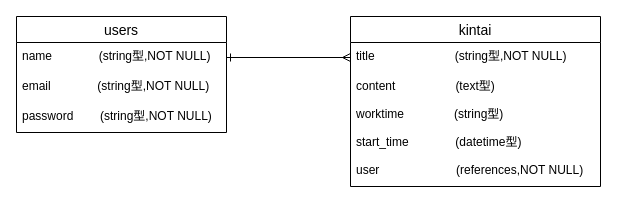
Above: kanrikun.dio in hara-yuto/kanrikun (draw.io), before the change. Source tidied: cells renumbered, new cells numbered last; positions are measured from the earlier drawing's top-left corner, leaving out a move shared by most shapes. Both pictures are drawn from the tidied source at 100%, with x=0, y=0 at pixel (16, 16).
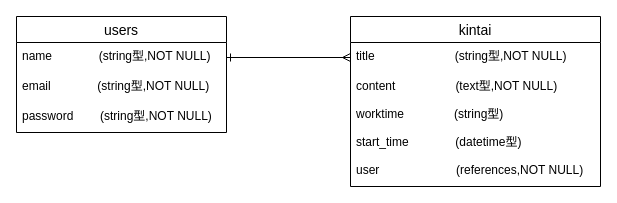
The same diagram, later.

Diff of the diagram source:
```diff
@@
 <mxGraphModel>
   <root>
     <mxCell id="0" />
     <mxCell id="1" parent="0" />
     <mxCell id="2" value="users" style="swimlane;fontStyle=0;horizontal=1;startSize=26;align=center;fontSize=14;" parent="1" vertex="1">
       <mxGeometry width="210" height="116" as="geometry" />
     </mxCell>
     <mxCell id="3" value="name              (string型,NOT NULL)&#10;   " style="text;strokeColor=none;fillColor=none;spacingLeft=4;spacingRight=4;overflow=hidden;points=[[0,0.5],[1,0.5]];portConstraint=eastwest;fontSize=12;" parent="2" vertex="1">
       <mxGeometry y="26" width="210" height="30" as="geometry" />
     </mxCell>
     <mxCell id="4" value="email              (string型,NOT NULL)" style="text;strokeColor=none;fillColor=none;spacingLeft=4;spacingRight=4;overflow=hidden;fontSize=12;" parent="2" vertex="1">
       <mxGeometry y="56" width="210" height="30" as="geometry" />
     </mxCell>
     <mxCell id="5" value="password        (string型,NOT NULL)" style="text;strokeColor=none;fillColor=none;spacingLeft=4;spacingRight=4;overflow=hidden;fontSize=12;" parent="2" vertex="1">
       <mxGeometry y="86" width="210" height="30" as="geometry" />
     </mxCell>
     <mxCell id="6" value="kintai" style="swimlane;fontStyle=0;horizontal=1;startSize=26;align=center;fontSize=14;" parent="1" vertex="1">
       <mxGeometry x="334" width="250" height="170" as="geometry" />
     </mxCell>
     <mxCell id="7" value="title                        (string型,NOT NULL)" style="text;strokeColor=none;fillColor=none;spacingLeft=4;spacingRight=4;overflow=hidden;points=[[0,0.5],[1,0.5]];portConstraint=eastwest;fontSize=12;" parent="6" vertex="1">
       <mxGeometry y="26" width="250" height="30" as="geometry" />
     </mxCell>
-    <mxCell id="8" value="content                  (text型)&#10;&#10;worktime               (string型)&#10;&#10;start_time              (datetime型)&#10;&#10;user                       (references,NOT NULL)&#10;" style="text;strokeColor=none;fillColor=none;spacingLeft=4;spacingRight=4;overflow=hidden;fontSize=12;" parent="6" vertex="1">
+    <mxCell id="8" value="content                  (text型,NOT NULL)&#10;&#10;worktime               (string型)&#10;&#10;start_time              (datetime型)&#10;&#10;user                       (references,NOT NULL)&#10;" style="text;strokeColor=none;fillColor=none;spacingLeft=4;spacingRight=4;overflow=hidden;fontSize=12;" parent="6" vertex="1">
       <mxGeometry y="56" width="250" height="114" as="geometry" />
     </mxCell>
     <mxCell id="9" style="edgeStyle=orthogonalEdgeStyle;rounded=0;jettySize=auto;html=1;exitX=1;exitY=0.5;exitDx=0;exitDy=0;entryX=0;entryY=0.5;entryDx=0;entryDy=0;endArrow=ERmany;endFill=0;startArrow=ERone;startFill=0;" parent="1" edge="1" source="3" target="7">
       <mxGeometry relative="1" as="geometry" />
     </mxCell>
   </root>
 </mxGraphModel>
```
